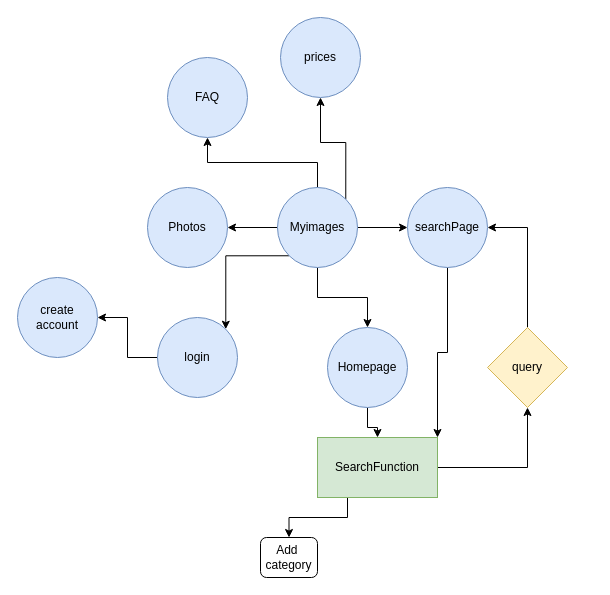
The draw.io diagram flowChart.drawio in JoakimSP/my-images, before the edit. Source tidied: cells renumbered, new cells numbered last; positions are measured from the earlier drawing's top-left corner, leaving out a move shared by most shapes. Both pictures are drawn from the tidied source at 100%, with x=0, y=0 at pixel (17, 17).
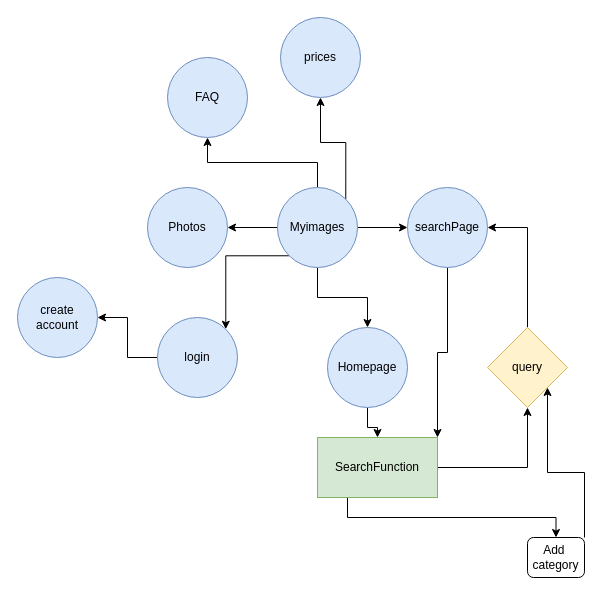
The same diagram, later.

The change refers to these unchanged cells:
```xml
<mxCell id="23" value="query" style="rhombus;whiteSpace=wrap;html=1;fillColor=#fff2cc;strokeColor=#d6b656;" parent="1" vertex="1">
  <mxGeometry x="470" y="310" width="80" height="80" as="geometry" />
</mxCell>
```

What changed in the source:
```diff
@@
+    <mxCell id="25" style="edgeStyle=orthogonalEdgeStyle;rounded=0;jettySize=auto;html=1;exitX=1;exitY=0;exitDx=0;exitDy=0;entryX=1;entryY=1;entryDx=0;entryDy=0;" parent="1" edge="1" source="24" target="23">
+      <mxGeometry relative="1" as="geometry" />
+    </mxCell>
     <mxCell id="24" value="Add&amp;nbsp;&lt;br&gt;category" style="rounded=1;whiteSpace=wrap;html=1;" parent="1" vertex="1">
-      <mxGeometry x="243" y="520" width="57" height="40" as="geometry" />
+      <mxGeometry x="510" y="520" width="57" height="40" as="geometry" />
     </mxCell>
```
